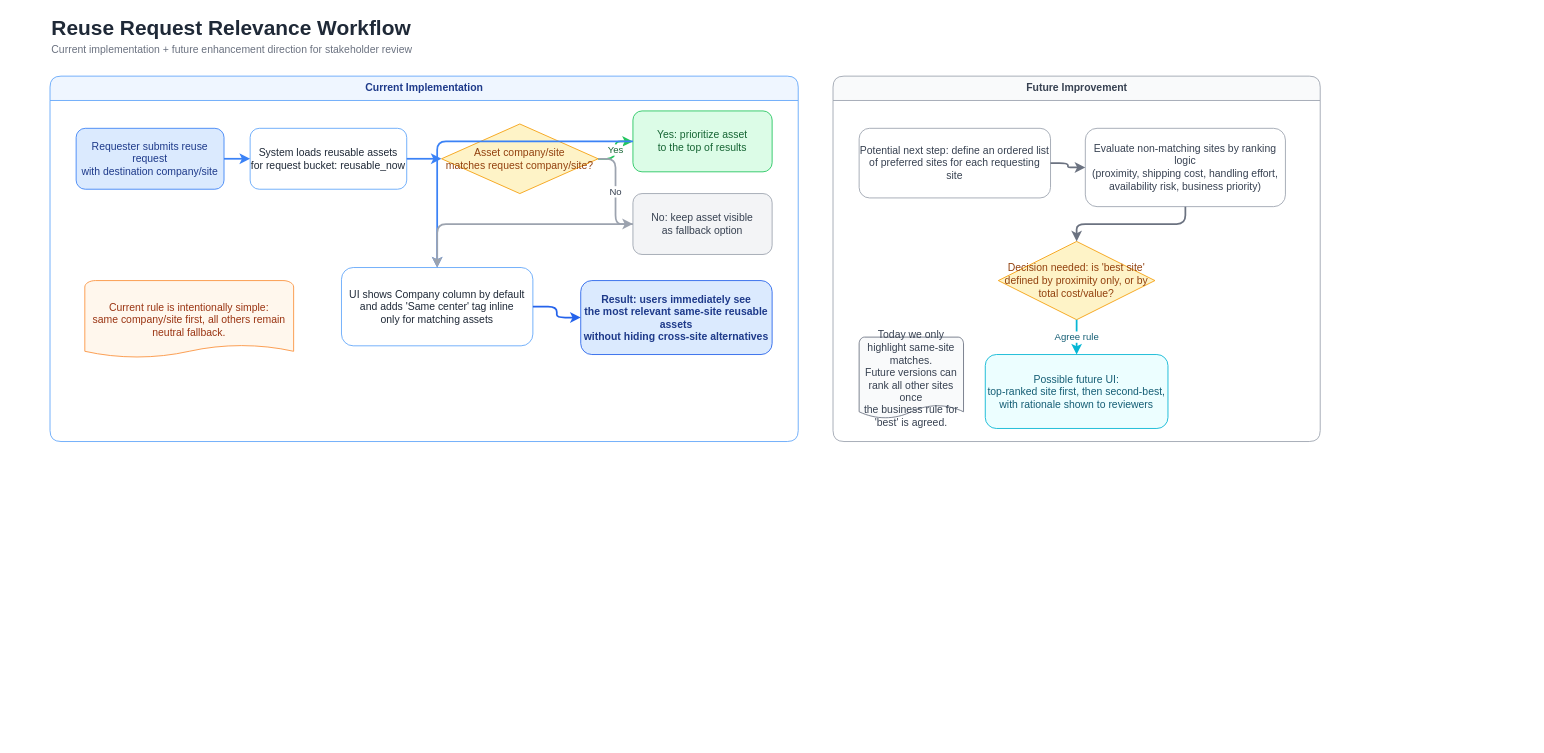
Above: docs/reuse-request-relevance-workflow.drawio in Saad-Samba/snipe-it (draw.io), before the change. Source tidied: cells renumbered, new cells numbered last; positions are measured from the earlier drawing's top-left corner, leaving out a move shared by most shapes. Both pictures are drawn from the tidied source at 87%, with x=0, y=0 at pixel (50, 15).
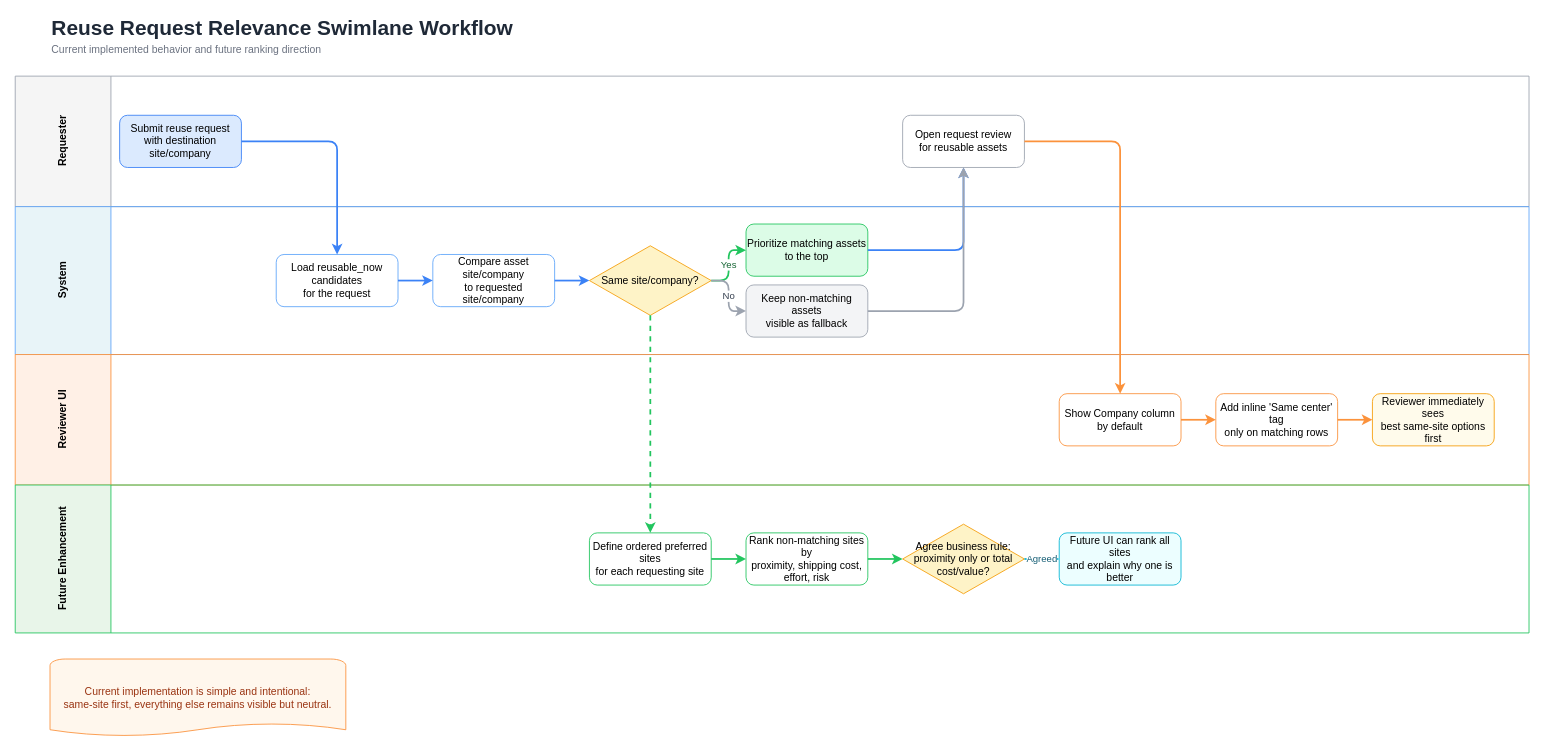
The same diagram, later.

Commit message:
Convert reuse workflow diagram to swimlanes

Change to the diagram source:
```diff
@@
-    <mxCell id="2" value="Reuse Request Relevance Workflow" style="text;html=1;strokeColor=none;fillColor=none;align=left;verticalAlign=middle;fontSize=24;fontStyle=1;fontColor=#1f2937;" parent="1" vertex="1">
-      <mxGeometry width="420" height="30" as="geometry" />
+    <mxCell id="2" value="Reuse Request Relevance Swimlane Workflow" style="text;html=1;strokeColor=none;fillColor=none;align=left;verticalAlign=middle;fontSize=24;fontStyle=1;fontColor=#1f2937;" parent="1" vertex="1">
+      <mxGeometry width="560" height="30" as="geometry" />
     </mxCell>
-    <mxCell id="3" value="Current implementation + future enhancement direction for stakeholder review" style="text;html=1;strokeColor=none;fillColor=none;align=left;verticalAlign=middle;fontSize=12;fontColor=#6b7280;" parent="1" vertex="1">
-      <mxGeometry y="30" width="520" height="20" as="geometry" />
+    <mxCell id="3" value="Current implemented behavior and future ranking direction" style="text;html=1;strokeColor=none;fillColor=none;align=left;verticalAlign=middle;fontSize=12;fontColor=#6b7280;" parent="1" vertex="1">
+      <mxGeometry y="30" width="440" height="20" as="geometry" />
     </mxCell>
-    <mxCell id="4" value="Current Implementation" style="swimlane;startSize=28;rounded=1;html=1;fillColor=#eff6ff;strokeColor=#60a5fa;fontColor=#1e3a8a;fontStyle=1;" parent="1" vertex="1">
-      <mxGeometry y="70" width="860" height="420" as="geometry" />
-    </mxCell>
-    <mxCell id="5" value="Future Improvement" style="swimlane;startSize=28;rounded=1;html=1;fillColor=#f9fafb;strokeColor=#9ca3af;fontColor=#374151;fontStyle=1;" parent="1" vertex="1">
-      <mxGeometry x="900" y="70" width="560" height="420" as="geometry" />
-    </mxCell>
-    <mxCell id="6" value="Requester submits reuse request&#10;with destination company/site" style="rounded=1;whiteSpace=wrap;html=1;fillColor=#dbeafe;strokeColor=#3b82f6;fontColor=#1e3a8a;" parent="4" vertex="1">
-      <mxGeometry x="30" y="60" width="170" height="70" as="geometry" />
-    </mxCell>
-    <mxCell id="7" value="System loads reusable assets&#10;for request bucket: reusable_now" style="rounded=1;whiteSpace=wrap;html=1;fillColor=#ffffff;strokeColor=#60a5fa;fontColor=#1f2937;" parent="4" vertex="1">
-      <mxGeometry x="230" y="60" width="180" height="70" as="geometry" />
-    </mxCell>
-    <mxCell id="8" value="Asset company/site&#10;matches request company/site?" style="rhombus;whiteSpace=wrap;html=1;fillColor=#fef3c7;strokeColor=#f59e0b;fontColor=#92400e;" parent="4" vertex="1">
-      <mxGeometry x="450" y="55" width="180" height="80" as="geometry" />
-    </mxCell>
-    <mxCell id="9" value="Yes: prioritize asset&#10;to the top of results" style="rounded=1;whiteSpace=wrap;html=1;fillColor=#dcfce7;strokeColor=#22c55e;fontColor=#166534;" parent="4" vertex="1">
-      <mxGeometry x="670" y="40" width="160" height="70" as="geometry" />
-    </mxCell>
-    <mxCell id="10" value="No: keep asset visible&#10;as fallback option" style="rounded=1;whiteSpace=wrap;html=1;fillColor=#f3f4f6;strokeColor=#9ca3af;fontColor=#374151;" parent="4" vertex="1">
-      <mxGeometry x="670" y="135" width="160" height="70" as="geometry" />
-    </mxCell>
-    <mxCell id="11" value="UI shows Company column by default&#10;and adds 'Same center' tag inline&#10;only for matching assets" style="rounded=1;whiteSpace=wrap;html=1;fillColor=#ffffff;strokeColor=#60a5fa;fontColor=#1f2937;" parent="4" vertex="1">
-      <mxGeometry x="335" y="220" width="220" height="90" as="geometry" />
-    </mxCell>
-    <mxCell id="12" value="Result: users immediately see&#10;the most relevant same-site reusable assets&#10;without hiding cross-site alternatives" style="rounded=1;whiteSpace=wrap;html=1;fillColor=#dbeafe;strokeColor=#2563eb;fontColor=#1e3a8a;fontStyle=1;" parent="4" vertex="1">
-      <mxGeometry x="610" y="235" width="220" height="85" as="geometry" />
-    </mxCell>
-    <mxCell id="13" value="Current rule is intentionally simple:&#10;same company/site first, all others remain neutral fallback." style="shape=mxgraph.flowchart.document;whiteSpace=wrap;html=1;fillColor=#fff7ed;strokeColor=#fb923c;fontColor=#9a3412;" parent="4" vertex="1">
-      <mxGeometry x="40" y="235" width="240" height="90" as="geometry" />
-    </mxCell>
-    <mxCell id="14" value="Potential next step: define an ordered list&#10;of preferred sites for each requesting site" style="rounded=1;whiteSpace=wrap;html=1;fillColor=#ffffff;strokeColor=#9ca3af;fontColor=#374151;" parent="5" vertex="1">
-      <mxGeometry x="30" y="60" width="220" height="80" as="geometry" />
-    </mxCell>
-    <mxCell id="15" value="Evaluate non-matching sites by ranking logic&#10;(proximity, shipping cost, handling effort,&#10;availability risk, business priority)" style="rounded=1;whiteSpace=wrap;html=1;fillColor=#ffffff;strokeColor=#9ca3af;fontColor=#374151;" parent="5" vertex="1">
-      <mxGeometry x="290" y="60" width="230" height="90" as="geometry" />
-    </mxCell>
-    <mxCell id="16" value="Decision needed: is 'best site'&#10;defined by proximity only, or by total cost/value?" style="rhombus;whiteSpace=wrap;html=1;fillColor=#fef3c7;strokeColor=#f59e0b;fontColor=#92400e;" parent="5" vertex="1">
-      <mxGeometry x="190" y="190" width="180" height="90" as="geometry" />
-    </mxCell>
-    <mxCell id="17" value="Possible future UI:&#10;top-ranked site first, then second-best,&#10;with rationale shown to reviewers" style="rounded=1;whiteSpace=wrap;html=1;fillColor=#ecfeff;strokeColor=#06b6d4;fontColor=#155e75;" parent="5" vertex="1">
-      <mxGeometry x="175" y="320" width="210" height="85" as="geometry" />
-    </mxCell>
-    <mxCell id="18" value="Today we only highlight same-site matches.&#10;Future versions can rank all other sites once&#10;the business rule for 'best' is agreed." style="shape=mxgraph.flowchart.document;whiteSpace=wrap;html=1;fillColor=#f9fafb;strokeColor=#6b7280;fontColor=#374151;" parent="5" vertex="1">
-      <mxGeometry x="30" y="300" width="120" height="95" as="geometry" />
-    </mxCell>
+    <mxCell id="29" value="Requester" style="swimlane;horizontal=0;startSize=110;fillColor=#f5f5f5;strokeColor=#9ca3af;html=1;fontStyle=1;" parent="1" vertex="1">
+      <mxGeometry x="-40" y="70" width="1740" height="150" as="geometry" />
+    </mxCell>
+    <mxCell id="30" value="System" style="swimlane;horizontal=0;startSize=110;fillColor=#e8f4f8;strokeColor=#60a5fa;html=1;fontStyle=1;" parent="1" vertex="1">
+      <mxGeometry x="-40" y="220" width="1740" height="170" as="geometry" />
+    </mxCell>
+    <mxCell id="31" value="Reviewer UI" style="swimlane;horizontal=0;startSize=110;fillColor=#fff0e6;strokeColor=#fb923c;html=1;fontStyle=1;" parent="1" vertex="1">
+      <mxGeometry x="-40" y="390" width="1740" height="150" as="geometry" />
+    </mxCell>
+    <mxCell id="32" value="Future Enhancement" style="swimlane;horizontal=0;startSize=110;fillColor=#e8f5e9;strokeColor=#22c55e;html=1;fontStyle=1;" parent="1" vertex="1">
+      <mxGeometry x="-40" y="540" width="1740" height="170" as="geometry" />
+    </mxCell>
+    <mxCell id="33" value="Submit reuse request&#10;with destination site/company" style="rounded=1;whiteSpace=wrap;html=1;fillColor=#dbeafe;strokeColor=#3b82f6;" parent="29" vertex="1">
+      <mxGeometry x="120" y="45" width="140" height="60" as="geometry" />
+    </mxCell>
+    <mxCell id="34" value="Open request review&#10;for reusable assets" style="rounded=1;whiteSpace=wrap;html=1;fillColor=#ffffff;strokeColor=#9ca3af;" parent="29" vertex="1">
+      <mxGeometry x="1020" y="45" width="140" height="60" as="geometry" />
+    </mxCell>
+    <mxCell id="35" value="Load reusable_now candidates&#10;for the request" style="rounded=1;whiteSpace=wrap;html=1;fillColor=#ffffff;strokeColor=#60a5fa;" parent="30" vertex="1">
+      <mxGeometry x="300" y="55" width="140" height="60" as="geometry" />
+    </mxCell>
+    <mxCell id="36" value="Compare asset site/company&#10;to requested site/company" style="rounded=1;whiteSpace=wrap;html=1;fillColor=#ffffff;strokeColor=#60a5fa;" parent="30" vertex="1">
+      <mxGeometry x="480" y="55" width="140" height="60" as="geometry" />
+    </mxCell>
+    <mxCell id="37" value="Same site/company?" style="rhombus;whiteSpace=wrap;html=1;fillColor=#fef3c7;strokeColor=#f59e0b;" parent="30" vertex="1">
+      <mxGeometry x="660" y="45" width="140" height="80" as="geometry" />
+    </mxCell>
+    <mxCell id="38" value="Prioritize matching assets&#10;to the top" style="rounded=1;whiteSpace=wrap;html=1;fillColor=#dcfce7;strokeColor=#22c55e;" parent="30" vertex="1">
+      <mxGeometry x="840" y="20" width="140" height="60" as="geometry" />
+    </mxCell>
+    <mxCell id="39" value="Keep non-matching assets&#10;visible as fallback" style="rounded=1;whiteSpace=wrap;html=1;fillColor=#f3f4f6;strokeColor=#9ca3af;" parent="30" vertex="1">
+      <mxGeometry x="840" y="90" width="140" height="60" as="geometry" />
+    </mxCell>
+    <mxCell id="40" value="Show Company column&#10;by default" style="rounded=1;whiteSpace=wrap;html=1;fillColor=#ffffff;strokeColor=#fb923c;" parent="31" vertex="1">
+      <mxGeometry x="1200" y="45" width="140" height="60" as="geometry" />
+    </mxCell>
+    <mxCell id="41" value="Add inline 'Same center' tag&#10;only on matching rows" style="rounded=1;whiteSpace=wrap;html=1;fillColor=#ffffff;strokeColor=#fb923c;" parent="31" vertex="1">
+      <mxGeometry x="1380" y="45" width="140" height="60" as="geometry" />
+    </mxCell>
+    <mxCell id="42" value="Reviewer immediately sees&#10;best same-site options first" style="rounded=1;whiteSpace=wrap;html=1;fillColor=#fffbeb;strokeColor=#f59e0b;" parent="31" vertex="1">
+      <mxGeometry x="1560" y="45" width="140" height="60" as="geometry" />
+    </mxCell>
+    <mxCell id="26" value="Define ordered preferred sites&#10;for each requesting site" style="rounded=1;whiteSpace=wrap;html=1;fillColor=#ffffff;strokeColor=#22c55e;" parent="32" vertex="1">
+      <mxGeometry x="660" y="55" width="140" height="60" as="geometry" />
+    </mxCell>
+    <mxCell id="27" value="Rank non-matching sites by&#10;proximity, shipping cost, effort, risk" style="rounded=1;whiteSpace=wrap;html=1;fillColor=#ffffff;strokeColor=#22c55e;" parent="32" vertex="1">
+      <mxGeometry x="840" y="55" width="140" height="60" as="geometry" />
+    </mxCell>
+    <mxCell id="28" value="Agree business rule:&#10;proximity only or total cost/value?" style="rhombus;whiteSpace=wrap;html=1;fillColor=#fef3c7;strokeColor=#f59e0b;" parent="32" vertex="1">
+      <mxGeometry x="1020" y="45" width="140" height="80" as="geometry" />
+    </mxCell>
+    <mxCell id="43" value="Future UI can rank all sites&#10;and explain why one is better" style="rounded=1;whiteSpace=wrap;html=1;fillColor=#ecfeff;strokeColor=#06b6d4;" parent="32" vertex="1">
+      <mxGeometry x="1200" y="55" width="140" height="60" as="geometry" />
+    </mxCell>
+    <mxCell id="44" value="Current implementation is simple and intentional:&#10;same-site first, everything else remains visible but neutral." style="shape=mxgraph.flowchart.document;whiteSpace=wrap;html=1;fillColor=#fff7ed;strokeColor=#fb923c;fontColor=#9a3412;" parent="1" vertex="1">
+      <mxGeometry y="740" width="340" height="90" as="geometry" />
+    </mxCell>
-    <mxCell id="19" style="edgeStyle=orthogonalEdgeStyle;rounded=1;html=1;strokeColor=#3b82f6;strokeWidth=2;" parent="4" edge="1" source="6" target="7">
+    <mxCell id="19" style="edgeStyle=orthogonalEdgeStyle;rounded=1;html=1;strokeColor=#3b82f6;strokeWidth=2;" parent="1" edge="1" source="33" target="35">
       <mxGeometry relative="1" as="geometry" />
     </mxCell>
-    <mxCell id="20" style="edgeStyle=orthogonalEdgeStyle;rounded=1;html=1;strokeColor=#3b82f6;strokeWidth=2;" parent="4" edge="1" source="7" target="8">
+    <mxCell id="20" style="edgeStyle=orthogonalEdgeStyle;rounded=1;html=1;strokeColor=#3b82f6;strokeWidth=2;" parent="1" edge="1" source="35" target="36">
       <mxGeometry relative="1" as="geometry" />
     </mxCell>
-    <mxCell id="21" value="Yes" style="edgeStyle=orthogonalEdgeStyle;rounded=1;html=1;strokeColor=#22c55e;strokeWidth=2;fontColor=#166534;" parent="4" edge="1" source="8" target="9">
+    <mxCell id="21" style="edgeStyle=orthogonalEdgeStyle;rounded=1;html=1;strokeColor=#3b82f6;strokeWidth=2;" parent="1" edge="1" source="36" target="37">
       <mxGeometry relative="1" as="geometry" />
     </mxCell>
-    <mxCell id="22" value="No" style="edgeStyle=orthogonalEdgeStyle;rounded=1;html=1;strokeColor=#9ca3af;strokeWidth=2;fontColor=#374151;" parent="4" edge="1" source="8" target="10">
+    <mxCell id="22" value="Yes" style="edgeStyle=orthogonalEdgeStyle;rounded=1;html=1;strokeColor=#22c55e;strokeWidth=2;fontColor=#166534;" parent="1" edge="1" source="37" target="38">
       <mxGeometry relative="1" as="geometry" />
     </mxCell>
-    <mxCell id="23" style="edgeStyle=orthogonalEdgeStyle;rounded=1;html=1;strokeColor=#3b82f6;strokeWidth=2;" parent="4" edge="1" source="9" target="11">
+    <mxCell id="23" value="No" style="edgeStyle=orthogonalEdgeStyle;rounded=1;html=1;strokeColor=#9ca3af;strokeWidth=2;fontColor=#374151;" parent="1" edge="1" source="37" target="39">
       <mxGeometry relative="1" as="geometry" />
     </mxCell>
-    <mxCell id="24" style="edgeStyle=orthogonalEdgeStyle;rounded=1;html=1;strokeColor=#9ca3af;strokeWidth=2;" parent="4" edge="1" source="10" target="11">
+    <mxCell id="24" style="edgeStyle=orthogonalEdgeStyle;rounded=1;html=1;strokeColor=#3b82f6;strokeWidth=2;" parent="1" edge="1" source="38" target="34">
       <mxGeometry relative="1" as="geometry" />
     </mxCell>
-    <mxCell id="25" style="edgeStyle=orthogonalEdgeStyle;rounded=1;html=1;strokeColor=#2563eb;strokeWidth=2;" parent="4" edge="1" source="11" target="12">
+    <mxCell id="25" style="edgeStyle=orthogonalEdgeStyle;rounded=1;html=1;strokeColor=#9ca3af;strokeWidth=2;" parent="1" edge="1" source="39" target="34">
       <mxGeometry relative="1" as="geometry" />
     </mxCell>
-    <mxCell id="26" style="edgeStyle=orthogonalEdgeStyle;rounded=1;html=1;strokeColor=#6b7280;strokeWidth=2;" parent="5" edge="1" source="14" target="15">
-      <mxGeometry relative="1" as="geometry" />
-    </mxCell>
-    <mxCell id="27" style="edgeStyle=orthogonalEdgeStyle;rounded=1;html=1;strokeColor=#6b7280;strokeWidth=2;" parent="5" edge="1" source="15" target="16">
-      <mxGeometry relative="1" as="geometry" />
-    </mxCell>
-    <mxCell id="28" value="Agree rule" style="edgeStyle=orthogonalEdgeStyle;rounded=1;html=1;strokeColor=#06b6d4;strokeWidth=2;fontColor=#155e75;" parent="5" edge="1" source="16" target="17">
-      <mxGeometry relative="1" as="geometry" />
-    </mxCell>
+    <mxCell id="45" style="edgeStyle=orthogonalEdgeStyle;rounded=1;html=1;strokeColor=#fb923c;strokeWidth=2;" parent="1" edge="1" source="34" target="40">
+      <mxGeometry relative="1" as="geometry" />
+    </mxCell>
+    <mxCell id="46" style="edgeStyle=orthogonalEdgeStyle;rounded=1;html=1;strokeColor=#fb923c;strokeWidth=2;" parent="1" edge="1" source="40" target="41">
+      <mxGeometry relative="1" as="geometry" />
+    </mxCell>
+    <mxCell id="47" style="edgeStyle=orthogonalEdgeStyle;rounded=1;html=1;strokeColor=#fb923c;strokeWidth=2;" parent="1" edge="1" source="41" target="42">
+      <mxGeometry relative="1" as="geometry" />
+    </mxCell>
+    <mxCell id="48" style="edgeStyle=orthogonalEdgeStyle;rounded=1;dashed=1;html=1;strokeColor=#22c55e;strokeWidth=2;" parent="1" edge="1" source="37" target="26">
+      <mxGeometry relative="1" as="geometry" />
+    </mxCell>
+    <mxCell id="49" style="edgeStyle=orthogonalEdgeStyle;rounded=1;html=1;strokeColor=#22c55e;strokeWidth=2;" parent="1" edge="1" source="26" target="27">
+      <mxGeometry relative="1" as="geometry" />
+    </mxCell>
+    <mxCell id="50" style="edgeStyle=orthogonalEdgeStyle;rounded=1;html=1;strokeColor=#22c55e;strokeWidth=2;" parent="1" edge="1" source="27" target="28">
+      <mxGeometry relative="1" as="geometry" />
+    </mxCell>
+    <mxCell id="51" value="Agreed" style="edgeStyle=orthogonalEdgeStyle;rounded=1;html=1;strokeColor=#06b6d4;strokeWidth=2;fontColor=#155e75;" parent="1" edge="1" source="28" target="43">
+      <mxGeometry relative="1" as="geometry" />
+    </mxCell>
```
